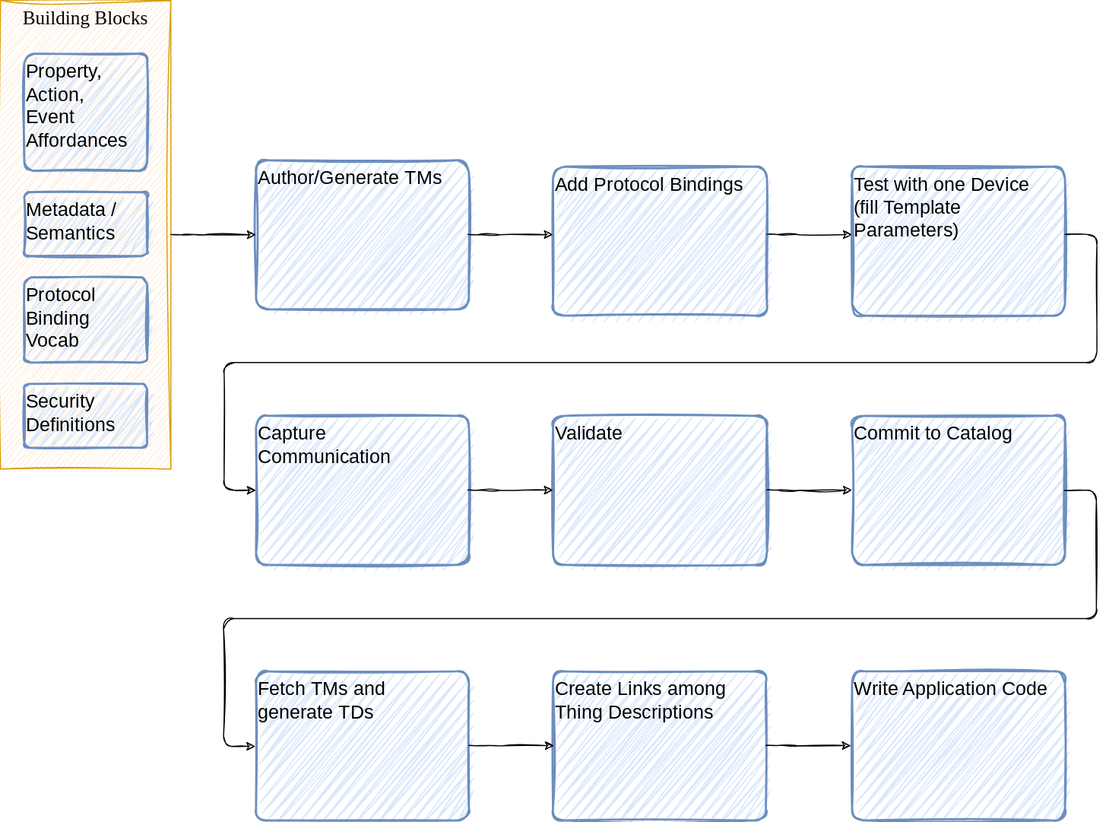
Earlier version of the draw.io export media/wot-workflow.drawio.svg (wot-oss/proposal). Source tidied: cells renumbered, new cells last; positions are measured from the earlier drawing's top-left corner, leaving out a move shared by most shapes.
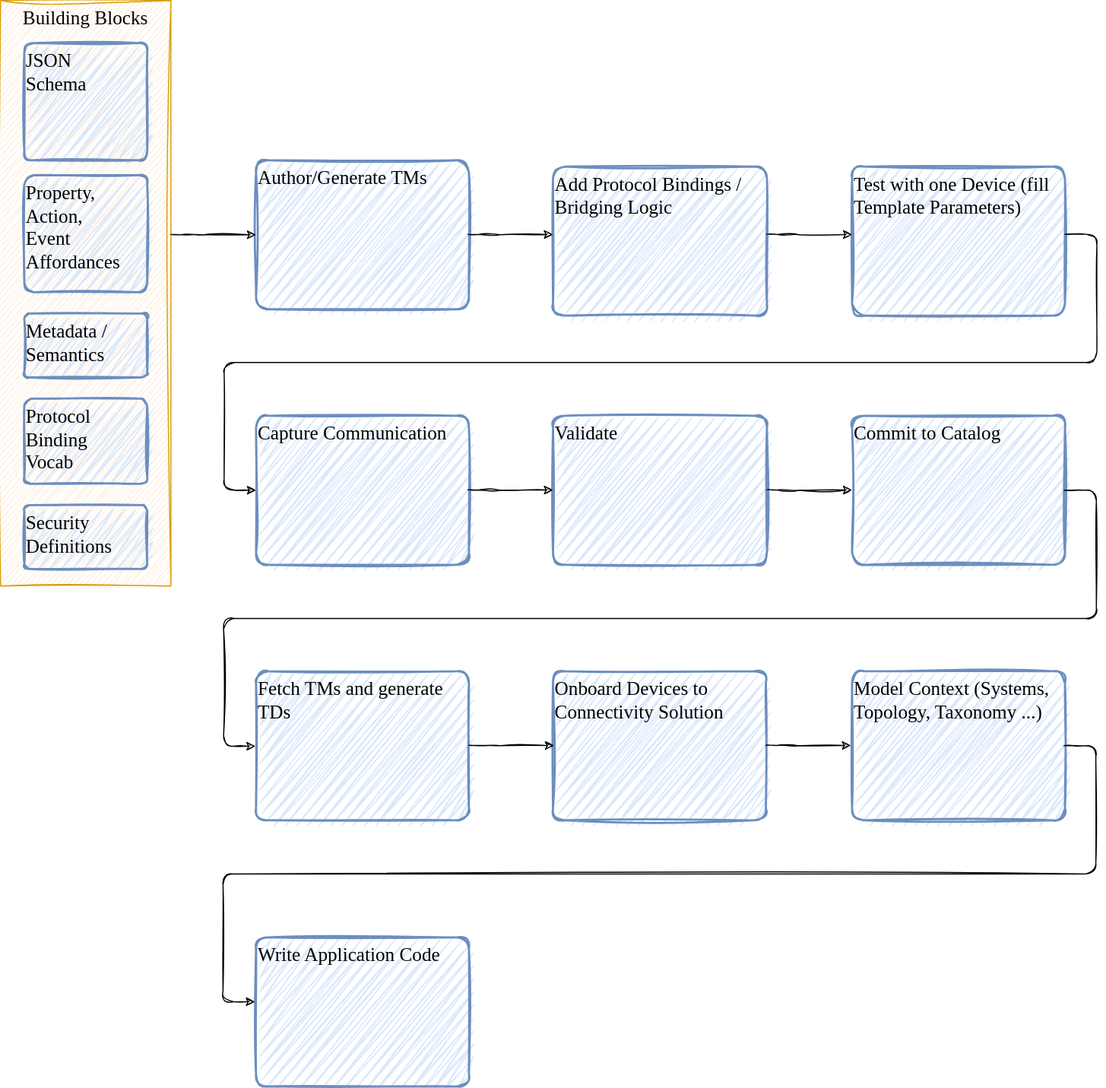
Later version of the same file.

Commit message:
Added ideas for components

What changed in the source:
```diff
@@ -6,22 +6,22 @@
       <mxGeometry x="240" y="150" width="200" height="140" as="geometry" />
     </mxCell>
     <mxCell id="3" value="&lt;font style=&quot;font-size: 18px;&quot; face=&quot;Comic Sans MS&quot;&gt;Building Blocks&lt;/font&gt;" style="whiteSpace=wrap;html=1;sketch=1;curveFitting=1;jiggle=2;fillColor=#ffe6cc;strokeColor=#d79b00;verticalAlign=top;" parent="1" vertex="1">
-      <mxGeometry width="160" height="440" as="geometry" />
+      <mxGeometry width="160" height="550" as="geometry" />
     </mxCell>
-    <mxCell id="4" value="&lt;font color=&quot;#000000&quot; face=&quot;Architects Daughter&quot; style=&quot;font-size: 18px;&quot;&gt;Add Protocol Bindings&lt;/font&gt;" style="rounded=1;whiteSpace=wrap;html=1;fillColor=#dae8fc;strokeColor=#6c8ebf;strokeWidth=2;sketch=1;curveFitting=1;jiggle=1.2;fillStyle=zigzag;verticalAlign=top;align=left;spacingRight=10;arcSize=8;fontSize=18;" parent="1" vertex="1">
+    <mxCell id="4" value="&lt;font color=&quot;#000000&quot; face=&quot;Architects Daughter&quot; style=&quot;font-size: 18px;&quot;&gt;Add Protocol Bindings / Bridging Logic&lt;/font&gt;" style="rounded=1;whiteSpace=wrap;html=1;fillColor=#dae8fc;strokeColor=#6c8ebf;strokeWidth=2;sketch=1;curveFitting=1;jiggle=1.2;fillStyle=zigzag;verticalAlign=top;align=left;spacingRight=10;arcSize=8;fontSize=18;" parent="1" vertex="1">
       <mxGeometry x="519" y="156" width="201" height="140" as="geometry" />
     </mxCell>
     <mxCell id="5" value="&lt;font color=&quot;#000000&quot; face=&quot;Architects Daughter&quot; style=&quot;font-size: 18px;&quot;&gt;Property,&lt;br&gt;Action,&lt;br&gt;&lt;div style=&quot;&quot;&gt;&lt;span style=&quot;background-color: initial;&quot;&gt;Event Affordances&lt;/span&gt;&lt;/div&gt;&lt;/font&gt;" style="rounded=1;whiteSpace=wrap;html=1;fillColor=#dae8fc;strokeColor=#6c8ebf;strokeWidth=2;sketch=1;curveFitting=1;jiggle=1.2;fillStyle=zigzag;verticalAlign=top;align=left;spacingRight=10;arcSize=8;fontSize=18;" parent="1" vertex="1">
-      <mxGeometry x="22.2" y="50" width="115.5" height="110" as="geometry" />
+      <mxGeometry x="22.2" y="164" width="115.5" height="110" as="geometry" />
     </mxCell>
     <mxCell id="6" value="&lt;font face=&quot;Architects Daughter&quot;&gt;Metadata / Semantics&lt;/font&gt;" style="rounded=1;whiteSpace=wrap;html=1;fillColor=#dae8fc;strokeColor=#6c8ebf;strokeWidth=2;sketch=1;curveFitting=1;jiggle=1.2;fillStyle=zigzag;verticalAlign=top;align=left;spacingRight=10;arcSize=8;fontSize=18;" parent="1" vertex="1">
-      <mxGeometry x="22.2" y="180" width="115.5" height="60" as="geometry" />
+      <mxGeometry x="22.2" y="294" width="115.5" height="60" as="geometry" />
     </mxCell>
     <mxCell id="7" value="&lt;font face=&quot;Architects Daughter&quot;&gt;Protocol Binding Vocab&lt;/font&gt;" style="rounded=1;whiteSpace=wrap;html=1;fillColor=#dae8fc;strokeColor=#6c8ebf;strokeWidth=2;sketch=1;curveFitting=1;jiggle=1.2;fillStyle=zigzag;verticalAlign=top;align=left;spacingRight=10;arcSize=8;fontSize=18;" parent="1" vertex="1">
-      <mxGeometry x="22.2" y="260" width="115.5" height="80" as="geometry" />
+      <mxGeometry x="22.2" y="374" width="115.5" height="80" as="geometry" />
     </mxCell>
     <mxCell id="8" value="&lt;font face=&quot;Architects Daughter&quot;&gt;Security Definitions&lt;/font&gt;" style="rounded=1;whiteSpace=wrap;html=1;fillColor=#dae8fc;strokeColor=#6c8ebf;strokeWidth=2;sketch=1;curveFitting=1;jiggle=1.2;fillStyle=zigzag;verticalAlign=top;align=left;spacingRight=10;arcSize=8;fontSize=18;" parent="1" vertex="1">
-      <mxGeometry x="22.2" y="360" width="115.5" height="60" as="geometry" />
+      <mxGeometry x="22.2" y="474" width="115.5" height="60" as="geometry" />
     </mxCell>
     <mxCell id="9" value="&lt;font color=&quot;#000000&quot; face=&quot;Architects Daughter&quot; style=&quot;font-size: 18px;&quot;&gt;Test with one Device (fill Template Parameters)&lt;/font&gt;" style="rounded=1;whiteSpace=wrap;html=1;fillColor=#dae8fc;strokeColor=#6c8ebf;strokeWidth=2;sketch=1;curveFitting=1;jiggle=1.2;fillStyle=zigzag;verticalAlign=top;align=left;spacingRight=10;arcSize=8;fontSize=18;" parent="1" vertex="1">
       <mxGeometry x="800" y="156" width="200" height="140" as="geometry" />
@@ -106,7 +106,7 @@
         </Array>
       </mxGeometry>
     </mxCell>
-    <mxCell id="21" value="&lt;font face=&quot;Architects Daughter&quot;&gt;Create Links among Thing Descriptions&lt;/font&gt;" style="rounded=1;whiteSpace=wrap;html=1;fillColor=#dae8fc;strokeColor=#6c8ebf;strokeWidth=2;sketch=1;curveFitting=1;jiggle=1.2;fillStyle=zigzag;verticalAlign=top;align=left;spacingRight=10;arcSize=8;fontSize=18;" parent="1" vertex="1">
+    <mxCell id="21" value="&lt;font face=&quot;Architects Daughter&quot;&gt;Onboard Devices to Connectivity Solution&lt;/font&gt;" style="rounded=1;whiteSpace=wrap;html=1;fillColor=#dae8fc;strokeColor=#6c8ebf;strokeWidth=2;sketch=1;curveFitting=1;jiggle=1.2;fillStyle=zigzag;verticalAlign=top;align=left;spacingRight=10;arcSize=8;fontSize=18;" parent="1" vertex="1">
       <mxGeometry x="519" y="630" width="200" height="140" as="geometry" />
     </mxCell>
     <mxCell id="22" style="edgeStyle=none;sketch=1;hachureGap=4;jiggle=1;curveFitting=1;html=1;strokeColor=#000000;fontFamily=Architects Daughter;fontSource=https%3A%2F%2Ffonts.googleapis.com%2Fcss%3Ffamily%3DArchitects%2BDaughter;fontSize=8;fontColor=#000000;startArrow=none;startFill=0;" parent="1" edge="1">
@@ -118,7 +118,7 @@
         </Array>
       </mxGeometry>
     </mxCell>
-    <mxCell id="23" value="&lt;font face=&quot;Architects Daughter&quot;&gt;Write Application Code&lt;/font&gt;" style="rounded=1;whiteSpace=wrap;html=1;fillColor=#dae8fc;strokeColor=#6c8ebf;strokeWidth=2;sketch=1;curveFitting=1;jiggle=1.2;fillStyle=zigzag;verticalAlign=top;align=left;spacingRight=10;arcSize=8;fontSize=18;" parent="1" vertex="1">
+    <mxCell id="23" value="&lt;font face=&quot;Architects Daughter&quot;&gt;Model Context (Systems, Topology, Taxonomy ...)&lt;br&gt;&lt;/font&gt;" style="rounded=1;whiteSpace=wrap;html=1;fillColor=#dae8fc;strokeColor=#6c8ebf;strokeWidth=2;sketch=1;curveFitting=1;jiggle=1.2;fillStyle=zigzag;verticalAlign=top;align=left;spacingRight=10;arcSize=8;fontSize=18;" parent="1" vertex="1">
       <mxGeometry x="800" y="630" width="200" height="140" as="geometry" />
     </mxCell>
     <mxCell id="24" style="edgeStyle=none;sketch=1;hachureGap=4;jiggle=1;curveFitting=1;html=1;strokeColor=#000000;fontFamily=Architects Daughter;fontSource=https%3A%2F%2Ffonts.googleapis.com%2Fcss%3Ffamily%3DArchitects%2BDaughter;fontSize=8;fontColor=#000000;startArrow=none;startFill=0;" parent="1" edge="1">
@@ -130,5 +130,23 @@
         </Array>
       </mxGeometry>
     </mxCell>
+    <mxCell id="25" value="&lt;font face=&quot;Architects Daughter&quot;&gt;Write Application Code&lt;/font&gt;" style="rounded=1;whiteSpace=wrap;html=1;fillColor=#dae8fc;strokeColor=#6c8ebf;strokeWidth=2;sketch=1;curveFitting=1;jiggle=1.2;fillStyle=zigzag;verticalAlign=top;align=left;spacingRight=10;arcSize=8;fontSize=18;" parent="1" vertex="1">
+      <mxGeometry x="240" y="880" width="200" height="140" as="geometry" />
+    </mxCell>
+    <mxCell id="26" style="edgeStyle=orthogonalEdgeStyle;sketch=1;hachureGap=4;jiggle=1;curveFitting=1;html=1;strokeColor=#000000;fontFamily=Architects Daughter;fontSource=https%3A%2F%2Ffonts.googleapis.com%2Fcss%3Ffamily%3DArchitects%2BDaughter;fontSize=8;fontColor=#000000;startArrow=none;startFill=0;entryX=0;entryY=0.5;entryDx=0;entryDy=0;" parent="1" edge="1">
+      <mxGeometry relative="1" as="geometry">
+        <mxPoint x="999" y="700" as="sourcePoint" />
+        <mxPoint x="239" y="940.5" as="targetPoint" />
+        <Array as="points">
+          <mxPoint x="1029" y="700.5" />
+          <mxPoint x="1029" y="820.5" />
+          <mxPoint x="209" y="820.5" />
+          <mxPoint x="209" y="940.5" />
+        </Array>
+      </mxGeometry>
+    </mxCell>
+    <mxCell id="27" value="&lt;font face=&quot;Architects Daughter&quot;&gt;JSON Schema&lt;/font&gt;" style="rounded=1;whiteSpace=wrap;html=1;fillColor=#dae8fc;strokeColor=#6c8ebf;strokeWidth=2;sketch=1;curveFitting=1;jiggle=1.2;fillStyle=zigzag;verticalAlign=top;align=left;spacingRight=10;arcSize=8;fontSize=18;" parent="1" vertex="1">
+      <mxGeometry x="22.2" y="40" width="115.5" height="110" as="geometry" />
+    </mxCell>
   </root>
 </mxGraphModel>
```
